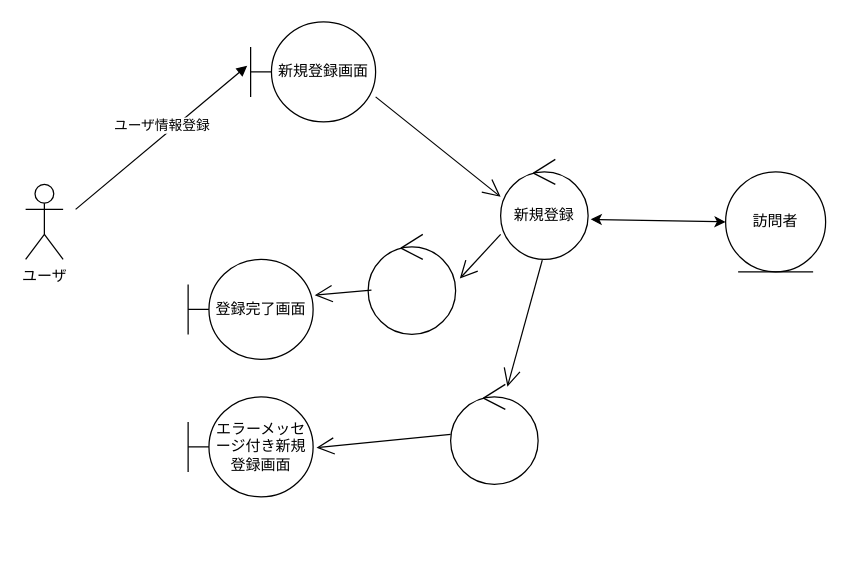
Before: group/07_web_visitor/analysis_01_red.drawio in sugimoto0804/o-hara_uml, a draw.io diagram. Source tidied: cells renumbered, new cells numbered last; positions are measured from the earlier drawing's top-left corner, leaving out a move shared by most shapes. Both pictures are drawn from the tidied source at 125%, with x=0, y=0 at pixel (25, 21).
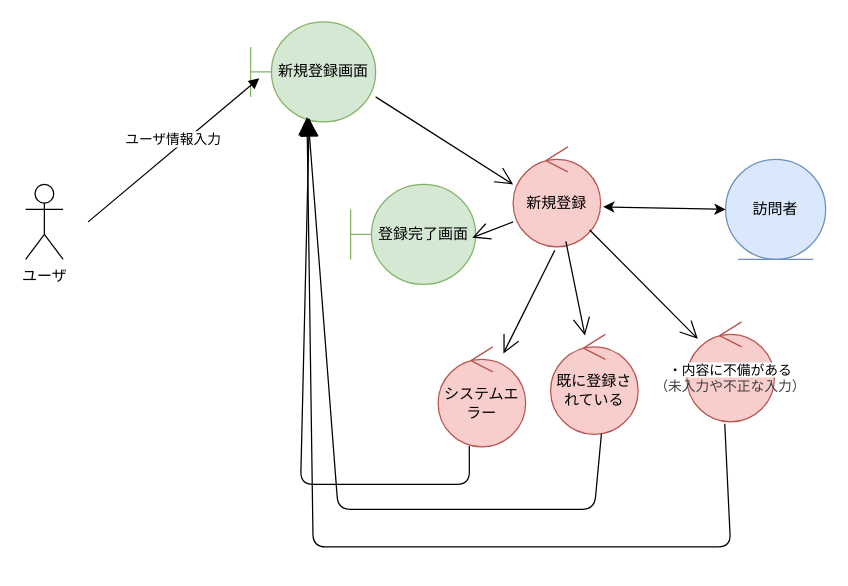
The same diagram, later.

What changed in the source:
```diff
@@
-    <mxCell id="3" value="新規登録画面" style="shape=umlBoundary;whiteSpace=wrap;html=1;" parent="1" vertex="1">
+    <mxCell id="3" value="新規登録画面" style="shape=umlBoundary;whiteSpace=wrap;html=1;fillColor=#d5e8d4;strokeColor=#82b366;" parent="1" vertex="1">
       <mxGeometry x="180" width="100" height="80" as="geometry" />
     </mxCell>
-    <mxCell id="4" value="登録完了画面" style="shape=umlBoundary;whiteSpace=wrap;html=1;" parent="1" vertex="1">
-      <mxGeometry x="130" y="190" width="100" height="80" as="geometry" />
+    <mxCell id="4" value="登録完了画面" style="shape=umlBoundary;whiteSpace=wrap;html=1;fillColor=#d5e8d4;strokeColor=#82b366;" parent="1" vertex="1">
+      <mxGeometry x="260" y="130" width="100" height="80" as="geometry" />
     </mxCell>
-    <mxCell id="5" value="エラーメッセージ付き新規登録画面" style="shape=umlBoundary;whiteSpace=wrap;html=1;" parent="1" vertex="1">
-      <mxGeometry x="130" y="300" width="100" height="80" as="geometry" />
-    </mxCell>
-    <mxCell id="6" value="ユーザ情報登録" style="html=1;verticalAlign=bottom;endArrow=block;curved=0;rounded=0;entryX=-0.027;entryY=0.438;entryDx=0;entryDy=0;entryPerimeter=0;" parent="1" edge="1" target="3">
-      <mxGeometry relative="1" as="geometry">
-        <mxPoint x="40" y="150" as="sourcePoint" />
-      </mxGeometry>
-    </mxCell>
-    <mxCell id="7" value="新規登録" style="ellipse;shape=umlControl;whiteSpace=wrap;html=1;" parent="1" vertex="1">
-      <mxGeometry x="380" y="110" width="70" height="80" as="geometry" />
+    <mxCell id="7" value="新規登録" style="ellipse;shape=umlControl;whiteSpace=wrap;html=1;fillColor=#f8cecc;strokeColor=#b85450;" parent="1" vertex="1">
+      <mxGeometry x="390" y="100" width="70" height="80" as="geometry" />
     </mxCell>
@@
-    <mxCell id="9" value="訪問者" style="ellipse;shape=umlEntity;whiteSpace=wrap;html=1;" parent="1" vertex="1">
-      <mxGeometry x="560" y="120" width="80" height="80" as="geometry" />
+    <mxCell id="9" value="訪問者" style="ellipse;shape=umlEntity;whiteSpace=wrap;html=1;fillColor=#dae8fc;strokeColor=#6c8ebf;" parent="1" vertex="1">
+      <mxGeometry x="560" y="110" width="80" height="80" as="geometry" />
     </mxCell>
@@
-    <mxCell id="11" style="ellipse;shape=umlControl;whiteSpace=wrap;html=1;" parent="1" vertex="1">
-      <mxGeometry x="274" y="170" width="70" height="80" as="geometry" />
-    </mxCell>
-    <mxCell id="12" style="ellipse;shape=umlControl;whiteSpace=wrap;html=1;" parent="1" vertex="1">
-      <mxGeometry x="340" y="290" width="70" height="80" as="geometry" />
-    </mxCell>
-    <mxCell id="13" style="endArrow=open;endFill=1;endSize=12;html=1;entryX=1.048;entryY=0.442;entryDx=0;entryDy=0;entryPerimeter=0;exitX=0;exitY=0.75;exitDx=0;exitDy=0;exitPerimeter=0;" parent="1" edge="1" source="7" target="11">
+    <mxCell id="13" style="endArrow=open;endFill=1;endSize=12;html=1;entryX=0.973;entryY=0.533;entryDx=0;entryDy=0;entryPerimeter=0;exitX=0;exitY=0.75;exitDx=0;exitDy=0;exitPerimeter=0;" parent="1" edge="1" source="7" target="4">
       <mxGeometry relative="1" as="geometry" />
     </mxCell>
-    <mxCell id="14" style="endArrow=open;endFill=1;endSize=12;html=1;exitX=0.476;exitY=1.008;exitDx=0;exitDy=0;exitPerimeter=0;" parent="1" edge="1" source="7" target="12">
-      <mxGeometry relative="1" as="geometry" />
-    </mxCell>
-    <mxCell id="15" style="endArrow=open;endFill=1;endSize=12;html=1;exitX=0.038;exitY=0.558;exitDx=0;exitDy=0;exitPerimeter=0;entryX=1.013;entryY=0.358;entryDx=0;entryDy=0;entryPerimeter=0;" parent="1" edge="1" source="11" target="4">
-      <mxGeometry relative="1" as="geometry" />
-    </mxCell>
-    <mxCell id="16" style="endArrow=open;endFill=1;endSize=12;html=1;exitX=0;exitY=0.5;exitDx=0;exitDy=0;exitPerimeter=0;entryX=1.027;entryY=0.508;entryDx=0;entryDy=0;entryPerimeter=0;" parent="1" edge="1" source="12" target="5">
-      <mxGeometry relative="1" as="geometry" />
+    <mxCell id="16" value="ユーザ情報入力" style="html=1;verticalAlign=bottom;endArrow=block;curved=0;rounded=0;entryX=-0.027;entryY=0.438;entryDx=0;entryDy=0;entryPerimeter=0;" parent="1" edge="1">
+      <mxGeometry relative="1" as="geometry">
+        <mxPoint x="50" y="160" as="sourcePoint" />
+        <mxPoint x="187" y="45" as="targetPoint" />
+      </mxGeometry>
     </mxCell>
+    <mxCell id="17" value="&lt;span style=&quot;color: rgb(0, 0, 0); font-size: 11px; text-wrap-mode: nowrap; background-color: rgb(255, 255, 255);&quot;&gt;・内容に不備がある&lt;/span&gt;&lt;div style=&quot;color: rgb(63, 63, 63); scrollbar-color: rgb(226, 226, 226) rgb(251, 251, 251); font-size: 11px; text-wrap-mode: nowrap;&quot;&gt;（未入力や不正な入力）&lt;/div&gt;" style="ellipse;shape=umlControl;whiteSpace=wrap;html=1;fillColor=#f8cecc;strokeColor=#b85450;" parent="1" vertex="1">
+      <mxGeometry x="529" y="240" width="70" height="80" as="geometry" />
+    </mxCell>
+    <mxCell id="18" value="既に登録されている" style="ellipse;shape=umlControl;whiteSpace=wrap;html=1;fillColor=#f8cecc;strokeColor=#b85450;" parent="1" vertex="1">
+      <mxGeometry x="420" y="250" width="70" height="80" as="geometry" />
+    </mxCell>
+    <mxCell id="19" style="endArrow=open;endFill=1;endSize=12;html=1;" parent="1" edge="1" source="7" target="17">
+      <mxGeometry relative="1" as="geometry" />
+    </mxCell>
+    <mxCell id="20" style="endArrow=open;endFill=1;endSize=12;html=1;exitX=0.603;exitY=0.946;exitDx=0;exitDy=0;exitPerimeter=0;" parent="1" edge="1" source="7" target="18">
+      <mxGeometry relative="1" as="geometry" />
+    </mxCell>
+    <mxCell id="21" value="システムエラー" style="ellipse;shape=umlControl;whiteSpace=wrap;html=1;fillColor=#f8cecc;strokeColor=#b85450;" parent="1" vertex="1">
+      <mxGeometry x="330" y="260" width="70" height="80" as="geometry" />
+    </mxCell>
+    <mxCell id="22" style="endArrow=open;endFill=1;endSize=12;html=1;exitX=0.476;exitY=1.035;exitDx=0;exitDy=0;exitPerimeter=0;" parent="1" edge="1" source="7" target="21">
+      <mxGeometry relative="1" as="geometry" />
+    </mxCell>
+    <mxCell id="23" style="endArrow=block;endFill=1;endSize=12;html=1;exitX=0.433;exitY=1.018;exitDx=0;exitDy=0;exitPerimeter=0;entryX=0.451;entryY=0.951;entryDx=0;entryDy=0;entryPerimeter=0;" parent="1" edge="1" source="17" target="3">
+      <mxGeometry relative="1" as="geometry">
+        <Array as="points">
+          <mxPoint x="564" y="420" />
+          <mxPoint x="230" y="420" />
+        </Array>
+      </mxGeometry>
+    </mxCell>
+    <mxCell id="24" style="endArrow=block;endFill=1;endSize=12;html=1;exitX=0.581;exitY=0.993;exitDx=0;exitDy=0;exitPerimeter=0;entryX=0.46;entryY=0.963;entryDx=0;entryDy=0;entryPerimeter=0;" parent="1" edge="1" source="18" target="3">
+      <mxGeometry relative="1" as="geometry">
+        <Array as="points">
+          <mxPoint x="455" y="390" />
+          <mxPoint x="250" y="390" />
+        </Array>
+      </mxGeometry>
+    </mxCell>
+    <mxCell id="25" style="endArrow=block;endFill=1;endSize=12;html=1;exitX=0.356;exitY=0.99;exitDx=0;exitDy=0;exitPerimeter=0;entryX=0.469;entryY=0.963;entryDx=0;entryDy=0;entryPerimeter=0;" parent="1" edge="1" source="21" target="3">
+      <mxGeometry relative="1" as="geometry">
+        <Array as="points">
+          <mxPoint x="355" y="370" />
+          <mxPoint x="220" y="370" />
+        </Array>
+      </mxGeometry>
+    </mxCell>
```
